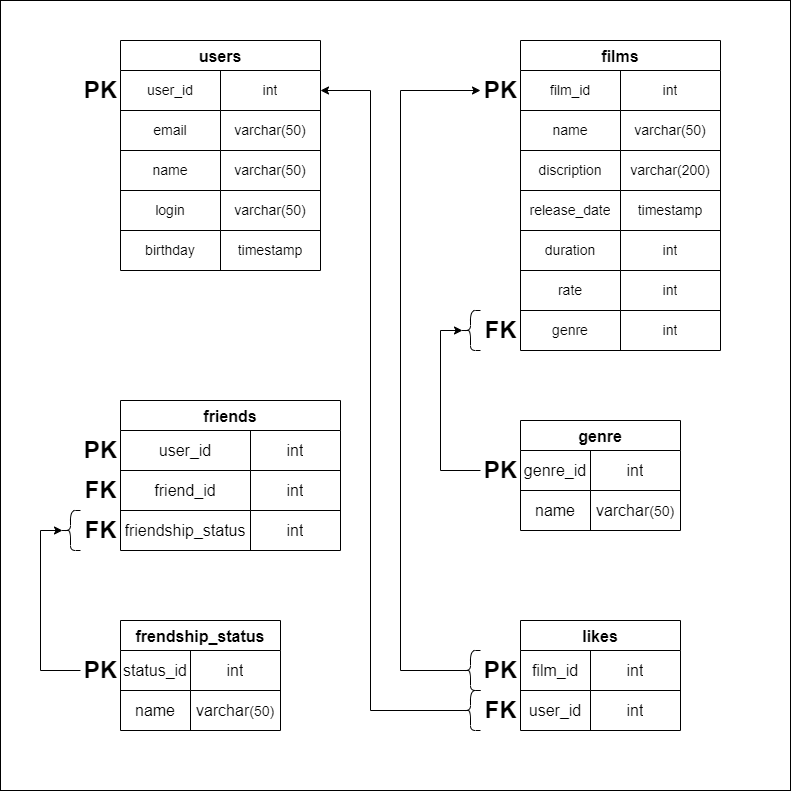
Above: src/BD_scheme.png in Nexler0/java-filmorate (draw.io), before the change. Source tidied: cells renumbered, new cells last; positions are measured from the earlier drawing's top-left corner, leaving out a move shared by most shapes.
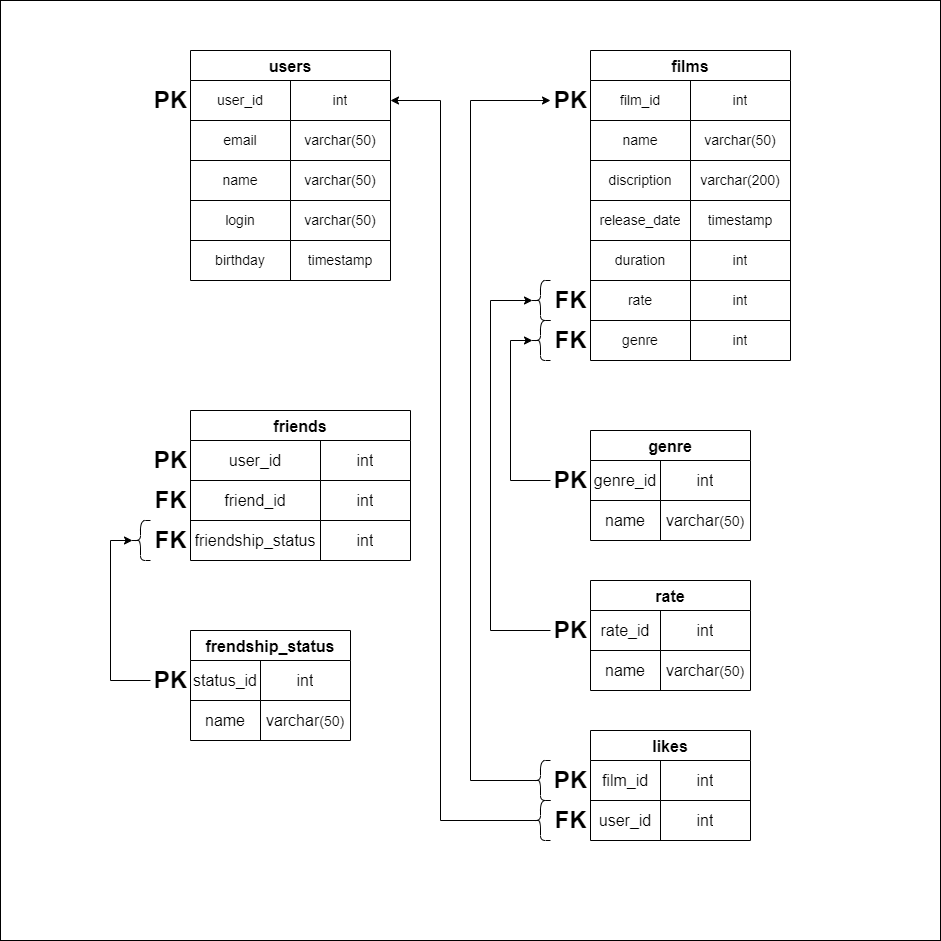
The same file after the commit.

The edit, as a diff of the source:
```diff
@@ -3,7 +3,7 @@
     <mxCell id="0" />
     <mxCell id="1" parent="0" />
     <mxCell id="2" style="whiteSpace=wrap;html=1;fontSize=16;" parent="1" vertex="1">
-      <mxGeometry width="790" height="790" as="geometry" />
+      <mxGeometry x="-70" y="-10" width="940" height="940" as="geometry" />
     </mxCell>
     <mxCell id="3" value="users" style="shape=table;startSize=30;fontStyle=1;align=center;fontSize=16;" parent="1" vertex="1">
       <mxGeometry x="120" y="40" width="200" height="230" as="geometry" />
@@ -230,7 +230,7 @@
       <mxGeometry x="460" y="310" width="20" height="40" as="geometry" />
     </mxCell>
     <mxCell id="75" value="likes" style="shape=table;startSize=30;fontStyle=1;align=center;fontSize=16;" parent="1" vertex="1">
-      <mxGeometry x="520" y="620" width="160" height="110" as="geometry" />
+      <mxGeometry x="520" y="720" width="160" height="110" as="geometry" />
     </mxCell>
     <mxCell id="76" style="shape=tableRow;horizontal=0;startSize=0;swimlaneHead=0;swimlaneBody=0;top=0;left=0;bottom=0;right=0;fillColor=none;fontSize=16;" parent="75" vertex="1">
       <mxGeometry y="30" width="160" height="40" as="geometry" />
@@ -251,7 +251,7 @@
       <mxGeometry x="70" width="90" height="40" as="geometry" />
     </mxCell>
     <mxCell id="82" value="PK" style="text;strokeColor=none;fillColor=none;html=1;fontSize=24;fontStyle=1;verticalAlign=middle;align=center;" parent="1" vertex="1">
-      <mxGeometry x="480" y="650" width="40" height="40" as="geometry" />
+      <mxGeometry x="480" y="750" width="40" height="40" as="geometry" />
     </mxCell>
     <mxCell id="83" style="edgeStyle=elbowEdgeStyle;rounded=0;jettySize=auto;html=1;exitX=0.1;exitY=0.5;exitDx=0;exitDy=0;exitPerimeter=0;entryX=0;entryY=0.5;entryDx=0;entryDy=0;fontSize=16;" parent="1" edge="1" source="85" target="61">
       <mxGeometry relative="1" as="geometry">
@@ -268,19 +268,57 @@
       </mxGeometry>
     </mxCell>
     <mxCell id="85" style="shape=curlyBracket;whiteSpace=wrap;html=1;rounded=1;fontSize=16;" parent="1" vertex="1">
-      <mxGeometry x="460" y="650" width="20" height="40" as="geometry" />
+      <mxGeometry x="460" y="750" width="20" height="40" as="geometry" />
     </mxCell>
     <mxCell id="86" style="shape=curlyBracket;whiteSpace=wrap;html=1;rounded=1;fontSize=16;" parent="1" vertex="1">
       <mxGeometry x="60" y="510" width="20" height="40" as="geometry" />
     </mxCell>
     <mxCell id="87" value="FK" style="text;strokeColor=none;fillColor=none;html=1;fontSize=24;fontStyle=1;verticalAlign=middle;align=center;" parent="1" vertex="1">
-      <mxGeometry x="480" y="690" width="40" height="40" as="geometry" />
+      <mxGeometry x="480" y="790" width="40" height="40" as="geometry" />
     </mxCell>
     <mxCell id="88" style="shape=curlyBracket;whiteSpace=wrap;html=1;rounded=1;fontSize=16;" parent="1" vertex="1">
-      <mxGeometry x="460" y="690" width="20" height="40" as="geometry" />
+      <mxGeometry x="460" y="790" width="20" height="40" as="geometry" />
     </mxCell>
     <mxCell id="89" value="FK" style="text;strokeColor=none;fillColor=none;html=1;fontSize=24;fontStyle=1;verticalAlign=middle;align=center;" parent="1" vertex="1">
       <mxGeometry x="80" y="470" width="40" height="40" as="geometry" />
     </mxCell>
+    <mxCell id="90" value="rate" style="shape=table;startSize=30;fontStyle=1;align=center;fontSize=16;" parent="1" vertex="1">
+      <mxGeometry x="520" y="570" width="160" height="110" as="geometry" />
+    </mxCell>
+    <mxCell id="91" style="shape=tableRow;horizontal=0;startSize=0;swimlaneHead=0;swimlaneBody=0;top=0;left=0;bottom=0;right=0;fillColor=none;fontSize=16;" parent="90" vertex="1">
+      <mxGeometry y="30" width="160" height="40" as="geometry" />
+    </mxCell>
+    <mxCell id="92" value="rate_id" style="shape=partialRectangle;html=1;whiteSpace=wrap;fillColor=none;top=0;left=0;bottom=0;right=0;overflow=hidden;fontSize=16;" parent="91" vertex="1">
+      <mxGeometry width="70" height="40" as="geometry" />
+    </mxCell>
+    <mxCell id="93" value="int" style="shape=partialRectangle;html=1;whiteSpace=wrap;fillColor=none;top=0;left=0;bottom=0;right=0;overflow=hidden;fontSize=16;" parent="91" vertex="1">
+      <mxGeometry x="70" width="90" height="40" as="geometry" />
+    </mxCell>
+    <mxCell id="94" style="shape=tableRow;horizontal=0;startSize=0;swimlaneHead=0;swimlaneBody=0;top=0;left=0;bottom=0;right=0;fillColor=none;fontSize=16;" parent="90" vertex="1">
+      <mxGeometry y="70" width="160" height="40" as="geometry" />
+    </mxCell>
+    <mxCell id="95" value="name" style="shape=partialRectangle;html=1;whiteSpace=wrap;fillColor=none;top=0;left=0;bottom=0;right=0;overflow=hidden;fontSize=16;" parent="94" vertex="1">
+      <mxGeometry width="70" height="40" as="geometry" />
+    </mxCell>
+    <mxCell id="96" value="varchar&lt;span style=&quot;font-size: 14px;&quot;&gt;(50)&lt;/span&gt;" style="shape=partialRectangle;html=1;whiteSpace=wrap;fillColor=none;top=0;left=0;bottom=0;right=0;overflow=hidden;fontSize=16;" parent="94" vertex="1">
+      <mxGeometry x="70" width="90" height="40" as="geometry" />
+    </mxCell>
+    <mxCell id="97" style="edgeStyle=orthogonalEdgeStyle;rounded=0;jettySize=auto;html=1;exitX=0;exitY=0.5;exitDx=0;exitDy=0;entryX=0.1;entryY=0.5;entryDx=0;entryDy=0;entryPerimeter=0;" parent="1" edge="1" source="98" target="100">
+      <mxGeometry relative="1" as="geometry">
+        <Array as="points">
+          <mxPoint x="420" y="620" />
+          <mxPoint x="420" y="290" />
+        </Array>
+      </mxGeometry>
+    </mxCell>
+    <mxCell id="98" value="PK" style="text;strokeColor=none;fillColor=none;html=1;fontSize=24;fontStyle=1;verticalAlign=middle;align=center;" parent="1" vertex="1">
+      <mxGeometry x="480" y="600" width="40" height="40" as="geometry" />
+    </mxCell>
+    <mxCell id="99" value="FK" style="text;strokeColor=none;fillColor=none;html=1;fontSize=24;fontStyle=1;verticalAlign=middle;align=center;" parent="1" vertex="1">
+      <mxGeometry x="480" y="270" width="40" height="40" as="geometry" />
+    </mxCell>
+    <mxCell id="100" style="shape=curlyBracket;whiteSpace=wrap;html=1;rounded=1;fontSize=16;" parent="1" vertex="1">
+      <mxGeometry x="460" y="270" width="20" height="40" as="geometry" />
+    </mxCell>
   </root>
 </mxGraphModel>
```
